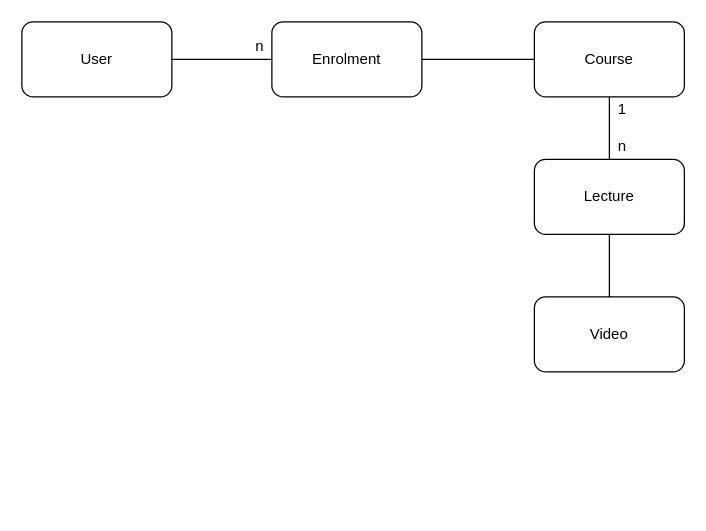
JhonatanEguchi/thewisedev-back-jhonatan keeps this draw.io diagram as model/domain.drawio. Above is the earlier version. Source tidied: cells renumbered, new cells numbered last; positions are measured from the earlier drawing's top-left corner, leaving out a move shared by most shapes. Both pictures are drawn from the tidied source at 125%, with x=0, y=0 at pixel (21, 21).
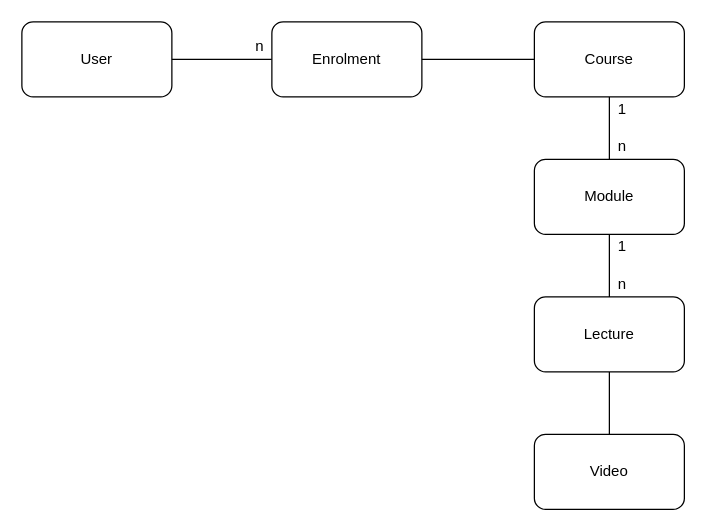
The same page after the edit.

Change to the diagram source:
```diff
@@
 <mxGraphModel>
   <root>
     <mxCell id="0" />
     <mxCell id="1" parent="0" />
     <mxCell id="2" value="User" style="rounded=1;whiteSpace=wrap;html=1;" parent="1" vertex="1">
       <mxGeometry width="120" height="60" as="geometry" />
     </mxCell>
     <mxCell id="3" value="Course" style="rounded=1;whiteSpace=wrap;html=1;" parent="1" vertex="1">
       <mxGeometry x="410" width="120" height="60" as="geometry" />
     </mxCell>
     <mxCell id="4" value="Lecture" style="rounded=1;whiteSpace=wrap;html=1;" parent="1" vertex="1">
-      <mxGeometry x="410" y="110" width="120" height="60" as="geometry" />
+      <mxGeometry x="410" y="220" width="120" height="60" as="geometry" />
     </mxCell>
     <mxCell id="5" value="Video" style="rounded=1;whiteSpace=wrap;html=1;" parent="1" vertex="1">
-      <mxGeometry x="410" y="220" width="120" height="60" as="geometry" />
+      <mxGeometry x="410" y="330" width="120" height="60" as="geometry" />
     </mxCell>
     <mxCell id="6" style="endArrow=none;html=1;exitX=1;exitY=0.5;exitDx=0;exitDy=0;entryX=0;entryY=0.5;entryDx=0;entryDy=0;" parent="1" edge="1" source="2" target="12">
       <mxGeometry relative="1" as="geometry" />
     </mxCell>
-    <mxCell id="7" style="endArrow=none;html=1;entryX=0.5;entryY=1;entryDx=0;entryDy=0;exitX=0.5;exitY=0;exitDx=0;exitDy=0;" parent="1" edge="1" source="4" target="3">
+    <mxCell id="7" style="endArrow=none;html=1;entryX=0.5;entryY=1;entryDx=0;entryDy=0;exitX=0.5;exitY=0;exitDx=0;exitDy=0;" parent="1" edge="1" source="14" target="3">
       <mxGeometry relative="1" as="geometry" />
     </mxCell>
     <mxCell id="8" style="endArrow=none;html=1;entryX=0.5;entryY=1;entryDx=0;entryDy=0;exitX=0.5;exitY=0;exitDx=0;exitDy=0;" parent="1" edge="1" source="5" target="4">
       <mxGeometry relative="1" as="geometry" />
     </mxCell>
     <mxCell id="9" value="n" style="text;html=1;align=center;verticalAlign=middle;strokeColor=none;" parent="1" vertex="1">
       <mxGeometry x="180" y="10" width="20" height="20" as="geometry" />
     </mxCell>
     <mxCell id="10" value="1" style="text;html=1;align=center;verticalAlign=middle;strokeColor=none;" parent="1" vertex="1">
       <mxGeometry x="470" y="60" width="20" height="20" as="geometry" />
     </mxCell>
     <mxCell id="11" value="n" style="text;html=1;align=center;verticalAlign=middle;strokeColor=none;" parent="1" vertex="1">
       <mxGeometry x="470" y="90" width="20" height="20" as="geometry" />
     </mxCell>
     <mxCell id="12" value="Enrolment" style="rounded=1;whiteSpace=wrap;html=1;" parent="1" vertex="1">
       <mxGeometry x="200" width="120" height="60" as="geometry" />
     </mxCell>
     <mxCell id="13" style="endArrow=none;html=1;exitX=1;exitY=0.5;exitDx=0;exitDy=0;entryX=0;entryY=0.5;entryDx=0;entryDy=0;" parent="1" edge="1" source="12" target="3">
       <mxGeometry relative="1" as="geometry" />
     </mxCell>
+    <mxCell id="14" value="Module" style="rounded=1;whiteSpace=wrap;html=1;" parent="1" vertex="1">
+      <mxGeometry x="410" y="110" width="120" height="60" as="geometry" />
+    </mxCell>
+    <mxCell id="15" style="endArrow=none;html=1;entryX=0.5;entryY=1;entryDx=0;entryDy=0;exitX=0.5;exitY=0;exitDx=0;exitDy=0;" parent="1" edge="1" source="4" target="14">
+      <mxGeometry relative="1" as="geometry" />
+    </mxCell>
+    <mxCell id="16" value="1" style="text;html=1;align=center;verticalAlign=middle;strokeColor=none;" parent="1" vertex="1">
+      <mxGeometry x="470" y="170" width="20" height="20" as="geometry" />
+    </mxCell>
+    <mxCell id="17" value="n" style="text;html=1;align=center;verticalAlign=middle;strokeColor=none;" parent="1" vertex="1">
+      <mxGeometry x="470" y="200" width="20" height="20" as="geometry" />
+    </mxCell>
   </root>
 </mxGraphModel>
```
